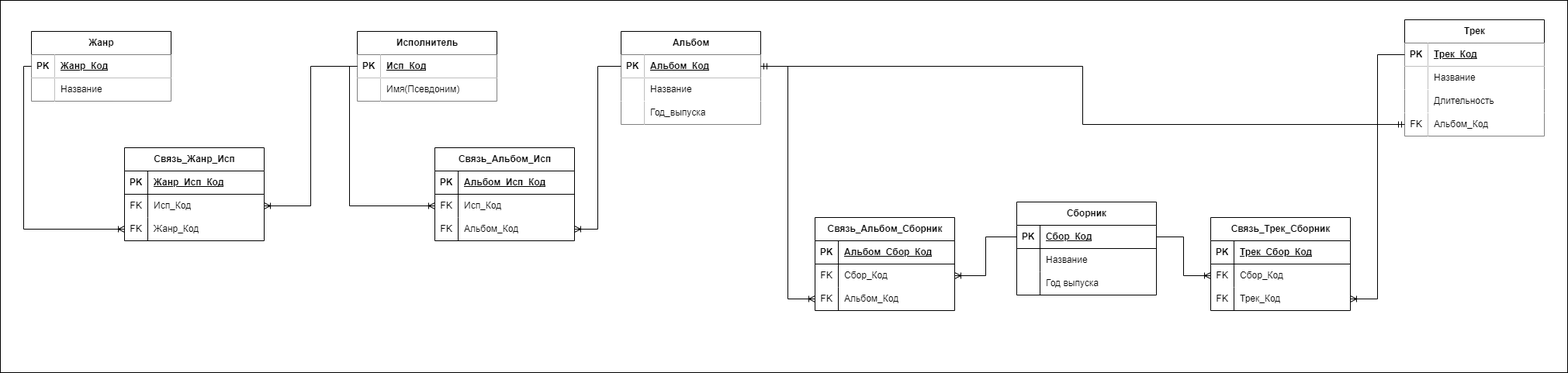
The draw.io diagram Musical_Site_2.png in OpyssMagnuum/DB_Musical_Site, before a commit. Source tidied: cells renumbered, new cells last; positions are measured from the earlier drawing's top-left corner, leaving out a move shared by most shapes.
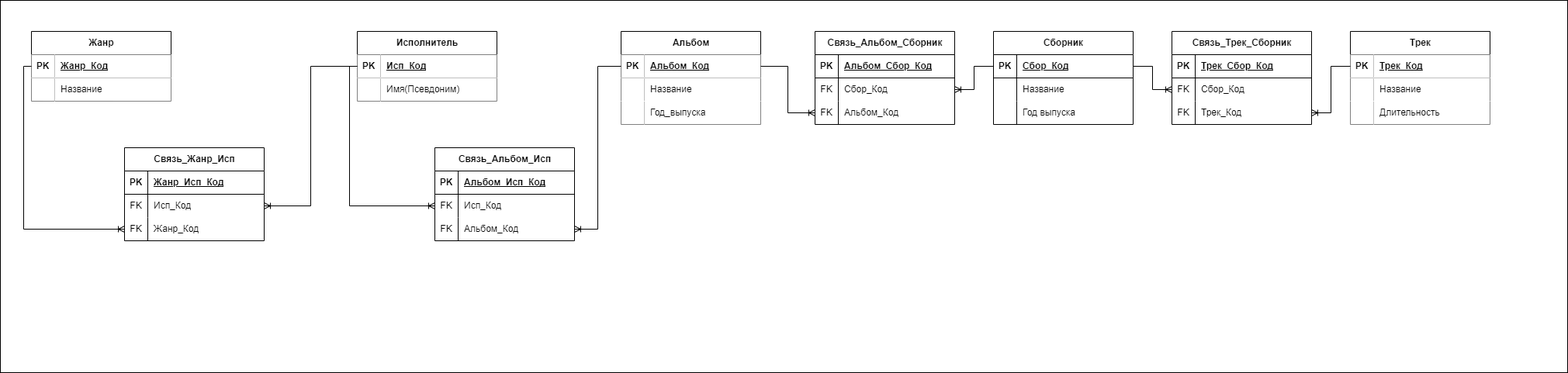
After the commit.

Change to the diagram source:
```diff
@@ -78,7 +78,7 @@
       <mxGeometry x="30" width="150" height="30" as="geometry" />
     </mxCell>
     <mxCell id="27" value="Трек" style="shape=table;startSize=30;rowLines=0;fontStyle=1;align=center;html=1;" parent="1" vertex="1">
-      <mxGeometry x="1810" y="25" width="180" height="150" as="geometry" />
+      <mxGeometry x="1740" y="40" width="180" height="120" as="geometry" />
     </mxCell>
     <mxCell id="28" style="shape=tableRow;horizontal=0;startSize=0;swimlaneHead=0;swimlaneBody=0;fillColor=none;points=[[0,0.5],[1,0.5]];portConstraint=eastwest;top=0;left=0;right=0;bottom=1;" parent="27" vertex="1">
       <mxGeometry y="30" width="180" height="30" as="geometry" />
@@ -107,17 +107,8 @@
     <mxCell id="36" value="Длительность" style="shape=partialRectangle;fillColor=default;top=0;left=0;bottom=0;right=0;align=left;spacingLeft=6;overflow=hidden;whiteSpace=wrap;html=1;" parent="34" vertex="1">
       <mxGeometry x="30" width="150" height="30" as="geometry" />
     </mxCell>
-    <mxCell id="37" style="shape=tableRow;horizontal=0;startSize=0;swimlaneHead=0;swimlaneBody=0;fillColor=none;points=[[0,0.5],[1,0.5]];portConstraint=eastwest;top=0;left=0;right=0;bottom=0;" parent="27" vertex="1">
-      <mxGeometry y="120" width="180" height="30" as="geometry" />
-    </mxCell>
-    <mxCell id="38" value="FK" style="shape=partialRectangle;fillColor=default;top=0;left=0;bottom=0;right=0;overflow=hidden;whiteSpace=wrap;html=1;" parent="37" vertex="1">
-      <mxGeometry width="30" height="30" as="geometry" />
-    </mxCell>
-    <mxCell id="39" value="Альбом_Код" style="shape=partialRectangle;fillColor=default;top=0;left=0;bottom=0;right=0;align=left;spacingLeft=6;overflow=hidden;whiteSpace=wrap;html=1;" parent="37" vertex="1">
-      <mxGeometry x="30" width="150" height="30" as="geometry" />
-    </mxCell>
     <mxCell id="40" value="Сборник" style="shape=table;startSize=30;rowLines=0;fontStyle=1;align=center;html=1;" parent="1" vertex="1">
-      <mxGeometry x="1310" y="260" width="180" height="120" as="geometry" />
+      <mxGeometry x="1280" y="40" width="180" height="120" as="geometry" />
     </mxCell>
     <mxCell id="41" style="shape=tableRow;horizontal=0;startSize=0;swimlaneHead=0;swimlaneBody=0;fillColor=none;points=[[0,0.5],[1,0.5]];portConstraint=eastwest;top=0;left=0;right=0;bottom=1;" parent="40" vertex="1">
       <mxGeometry y="30" width="180" height="30" as="geometry" />
@@ -218,11 +209,8 @@
     <mxCell id="73" style="edgeStyle=orthogonalEdgeStyle;fontSize=12;html=1;endArrow=ERoneToMany;rounded=0;exitX=0;exitY=0.5;exitDx=0;exitDy=0;entryX=1;entryY=0.5;entryDx=0;entryDy=0;" parent="1" edge="1" source="18" target="69">
       <mxGeometry relative="1" as="geometry" />
     </mxCell>
-    <mxCell id="74" style="edgeStyle=orthogonalEdgeStyle;fontSize=12;html=1;endArrow=ERmandOne;startArrow=ERmandOne;rounded=0;exitX=1;exitY=0.5;exitDx=0;exitDy=0;entryX=0;entryY=0.5;entryDx=0;entryDy=0;" parent="1" edge="1" source="18" target="37">
-      <mxGeometry relative="1" as="geometry" />
-    </mxCell>
     <mxCell id="75" value="Связь_Альбом_Сборник" style="shape=table;startSize=30;rowLines=0;fontStyle=1;align=center;html=1;" parent="1" vertex="1">
-      <mxGeometry x="1050" y="280" width="180" height="120" as="geometry" />
+      <mxGeometry x="1050" y="40" width="180" height="120" as="geometry" />
     </mxCell>
     <mxCell id="76" style="shape=tableRow;horizontal=0;startSize=0;swimlaneHead=0;swimlaneBody=0;fillColor=none;top=0;left=0;right=0;bottom=1;" parent="75" vertex="1">
       <mxGeometry y="30" width="180" height="30" as="geometry" />
@@ -258,7 +246,7 @@
       <mxGeometry relative="1" as="geometry" />
     </mxCell>
     <mxCell id="87" value="Связь_Трек_Сборник" style="shape=table;startSize=30;rowLines=0;fontStyle=1;align=center;html=1;" parent="1" vertex="1">
-      <mxGeometry x="1560" y="280" width="180" height="120" as="geometry" />
+      <mxGeometry x="1510" y="40" width="180" height="120" as="geometry" />
     </mxCell>
     <mxCell id="88" style="shape=tableRow;horizontal=0;startSize=0;swimlaneHead=0;swimlaneBody=0;fillColor=none;top=0;left=0;right=0;bottom=1;" parent="87" vertex="1">
       <mxGeometry y="30" width="180" height="30" as="geometry" />
```
